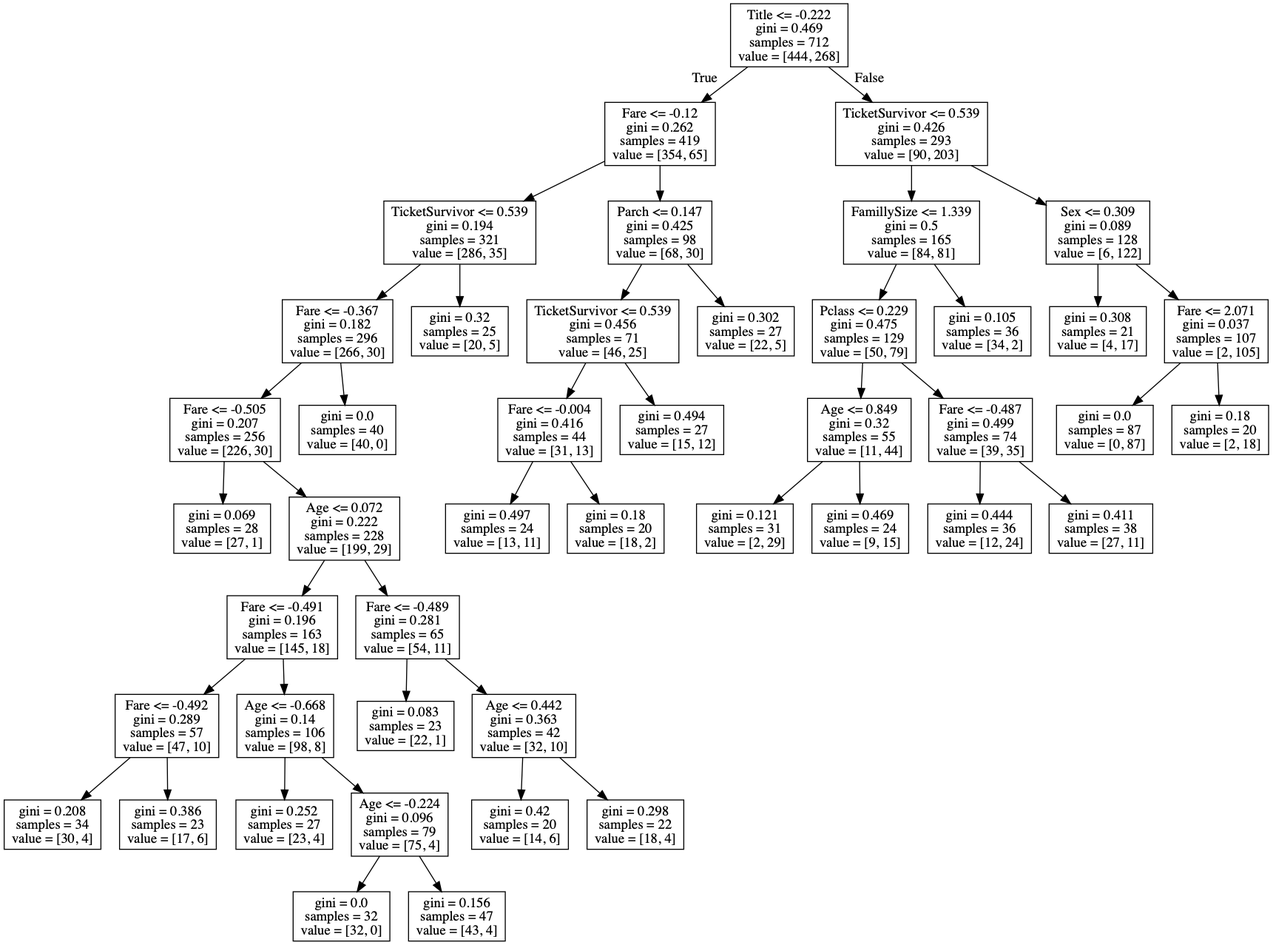
Above: titanic/dt.png in nicohlr/kaggle (Graphviz), before the change. Its source is kept beside it as titanic/dt.dot.
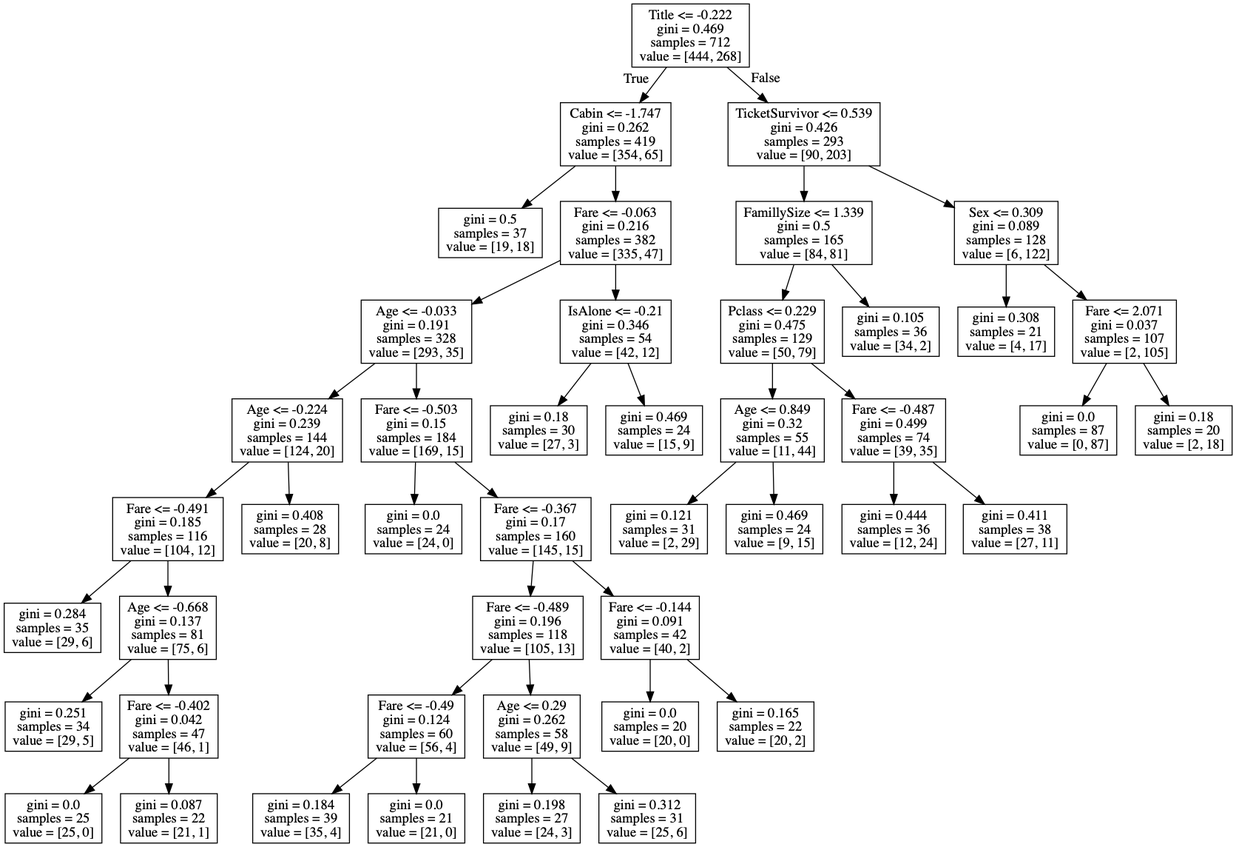
After the change.

What changed in the source:
```diff
@@ -1,64 +1,64 @@
 digraph Tree {
 node [shape=box] ;
 0 [label="Title <= -0.222\ngini = 0.469\nsamples = 712\nvalue = [444, 268]"] ;
-1 [label="Fare <= -0.12\ngini = 0.262\nsamples = 419\nvalue = [354, 65]"] ;
+1 [label="Cabin <= -1.747\ngini = 0.262\nsamples = 419\nvalue = [354, 65]"] ;
 0 -> 1 [labeldistance=2.5, labelangle=45, headlabel="True"] ;
-2 [label="TicketSurvivor <= 0.539\ngini = 0.194\nsamples = 321\nvalue = [286, 35]"] ;
+2 [label="gini = 0.5\nsamples = 37\nvalue = [19, 18]"] ;
 1 -> 2 ;
-3 [label="Fare <= -0.367\ngini = 0.182\nsamples = 296\nvalue = [266, 30]"] ;
-2 -> 3 ;
-4 [label="Fare <= -0.505\ngini = 0.207\nsamples = 256\nvalue = [226, 30]"] ;
+3 [label="Fare <= -0.063\ngini = 0.216\nsamples = 382\nvalue = [335, 47]"] ;
+1 -> 3 ;
+4 [label="Age <= -0.033\ngini = 0.191\nsamples = 328\nvalue = [293, 35]"] ;
 3 -> 4 ;
-5 [label="gini = 0.069\nsamples = 28\nvalue = [27, 1]"] ;
+5 [label="Age <= -0.224\ngini = 0.239\nsamples = 144\nvalue = [124, 20]"] ;
 4 -> 5 ;
-6 [label="Age <= 0.072\ngini = 0.222\nsamples = 228\nvalue = [199, 29]"] ;
-4 -> 6 ;
-7 [label="Fare <= -0.491\ngini = 0.196\nsamples = 163\nvalue = [145, 18]"] ;
+6 [label="Fare <= -0.491\ngini = 0.185\nsamples = 116\nvalue = [104, 12]"] ;
+5 -> 6 ;
+7 [label="gini = 0.284\nsamples = 35\nvalue = [29, 6]"] ;
 6 -> 7 ;
-8 [label="Fare <= -0.492\ngini = 0.289\nsamples = 57\nvalue = [47, 10]"] ;
-7 -> 8 ;
-9 [label="gini = 0.208\nsamples = 34\nvalue = [30, 4]"] ;
+8 [label="Age <= -0.668\ngini = 0.137\nsamples = 81\nvalue = [75, 6]"] ;
+6 -> 8 ;
+9 [label="gini = 0.251\nsamples = 34\nvalue = [29, 5]"] ;
 8 -> 9 ;
-10 [label="gini = 0.386\nsamples = 23\nvalue = [17, 6]"] ;
+10 [label="Fare <= -0.402\ngini = 0.042\nsamples = 47\nvalue = [46, 1]"] ;
 8 -> 10 ;
-11 [label="Age <= -0.668\ngini = 0.14\nsamples = 106\nvalue = [98, 8]"] ;
-7 -> 11 ;
-12 [label="gini = 0.252\nsamples = 27\nvalue = [23, 4]"] ;
-11 -> 12 ;
-13 [label="Age <= -0.224\ngini = 0.096\nsamples = 79\nvalue = [75, 4]"] ;
-11 -> 13 ;
-14 [label="gini = 0.0\nsamples = 32\nvalue = [32, 0]"] ;
-13 -> 14 ;
-15 [label="gini = 0.156\nsamples = 47\nvalue = [43, 4]"] ;
-13 -> 15 ;
-16 [label="Fare <= -0.489\ngini = 0.281\nsamples = 65\nvalue = [54, 11]"] ;
-6 -> 16 ;
-17 [label="gini = 0.083\nsamples = 23\nvalue = [22, 1]"] ;
+11 [label="gini = 0.0\nsamples = 25\nvalue = [25, 0]"] ;
+10 -> 11 ;
+12 [label="gini = 0.087\nsamples = 22\nvalue = [21, 1]"] ;
+10 -> 12 ;
+13 [label="gini = 0.408\nsamples = 28\nvalue = [20, 8]"] ;
+5 -> 13 ;
+14 [label="Fare <= -0.503\ngini = 0.15\nsamples = 184\nvalue = [169, 15]"] ;
+4 -> 14 ;
+15 [label="gini = 0.0\nsamples = 24\nvalue = [24, 0]"] ;
+14 -> 15 ;
+16 [label="Fare <= -0.367\ngini = 0.17\nsamples = 160\nvalue = [145, 15]"] ;
+14 -> 16 ;
+17 [label="Fare <= -0.489\ngini = 0.196\nsamples = 118\nvalue = [105, 13]"] ;
 16 -> 17 ;
-18 [label="Age <= 0.442\ngini = 0.363\nsamples = 42\nvalue = [32, 10]"] ;
-16 -> 18 ;
-19 [label="gini = 0.42\nsamples = 20\nvalue = [14, 6]"] ;
+18 [label="Fare <= -0.49\ngini = 0.124\nsamples = 60\nvalue = [56, 4]"] ;
+17 -> 18 ;
+19 [label="gini = 0.184\nsamples = 39\nvalue = [35, 4]"] ;
 18 -> 19 ;
-20 [label="gini = 0.298\nsamples = 22\nvalue = [18, 4]"] ;
+20 [label="gini = 0.0\nsamples = 21\nvalue = [21, 0]"] ;
 18 -> 20 ;
-21 [label="gini = 0.0\nsamples = 40\nvalue = [40, 0]"] ;
-3 -> 21 ;
-22 [label="gini = 0.32\nsamples = 25\nvalue = [20, 5]"] ;
-2 -> 22 ;
-23 [label="Parch <= 0.147\ngini = 0.425\nsamples = 98\nvalue = [68, 30]"] ;
-1 -> 23 ;
-24 [label="TicketSurvivor <= 0.539\ngini = 0.456\nsamples = 71\nvalue = [46, 25]"] ;
-23 -> 24 ;
-25 [label="Fare <= -0.004\ngini = 0.416\nsamples = 44\nvalue = [31, 13]"] ;
+21 [label="Age <= 0.29\ngini = 0.262\nsamples = 58\nvalue = [49, 9]"] ;
+17 -> 21 ;
+22 [label="gini = 0.198\nsamples = 27\nvalue = [24, 3]"] ;
+21 -> 22 ;
+23 [label="gini = 0.312\nsamples = 31\nvalue = [25, 6]"] ;
+21 -> 23 ;
+24 [label="Fare <= -0.144\ngini = 0.091\nsamples = 42\nvalue = [40, 2]"] ;
+16 -> 24 ;
+25 [label="gini = 0.0\nsamples = 20\nvalue = [20, 0]"] ;
 24 -> 25 ;
-26 [label="gini = 0.497\nsamples = 24\nvalue = [13, 11]"] ;
-25 -> 26 ;
-27 [label="gini = 0.18\nsamples = 20\nvalue = [18, 2]"] ;
-25 -> 27 ;
-28 [label="gini = 0.494\nsamples = 27\nvalue = [15, 12]"] ;
-24 -> 28 ;
-29 [label="gini = 0.302\nsamples = 27\nvalue = [22, 5]"] ;
-23 -> 29 ;
+26 [label="gini = 0.165\nsamples = 22\nvalue = [20, 2]"] ;
+24 -> 26 ;
+27 [label="IsAlone <= -0.21\ngini = 0.346\nsamples = 54\nvalue = [42, 12]"] ;
+3 -> 27 ;
+28 [label="gini = 0.18\nsamples = 30\nvalue = [27, 3]"] ;
+27 -> 28 ;
+29 [label="gini = 0.469\nsamples = 24\nvalue = [15, 9]"] ;
+27 -> 29 ;
 30 [label="TicketSurvivor <= 0.539\ngini = 0.426\nsamples = 293\nvalue = [90, 203]"] ;
 0 -> 30 [labeldistance=2.5, labelangle=-45, headlabel="False"] ;
 31 [label="FamillySize <= 1.339\ngini = 0.5\nsamples = 165\nvalue = [84, 81]"] ;
```
